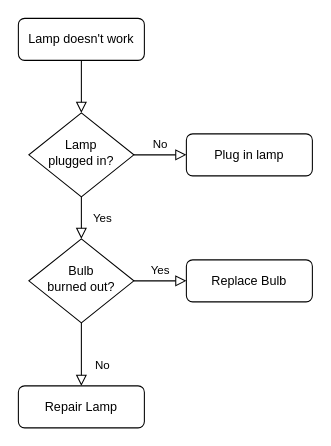
Earlier version of the draw.io diagram 未命名绘图.drawio (siyuankang/-). Source tidied: cells renumbered, new cells numbered last; positions are measured from the earlier drawing's top-left corner, leaving out a move shared by most shapes. Both pictures are drawn from the tidied source at 105%, with x=0, y=0 at pixel (18, 18).
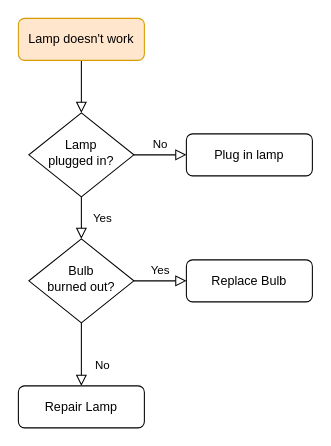
The same page after the edit.

Commit message:
更新未命名绘图.drawio

Diff of the diagram source:
```diff
@@
 <mxGraphModel>
   <root>
     <mxCell id="0" />
     <mxCell id="1" parent="0" />
     <mxCell id="2" style="rounded=0;html=1;jettySize=auto;fontSize=11;endArrow=block;endFill=0;endSize=8;strokeWidth=1;shadow=0;labelBackgroundColor=none;edgeStyle=orthogonalEdgeStyle;" parent="1" edge="1" source="3" target="6">
       <mxGeometry relative="1" as="geometry" />
     </mxCell>
-    <mxCell id="3" value="Lamp doesn't work" style="rounded=1;whiteSpace=wrap;html=1;fontSize=12;glass=0;strokeWidth=1;shadow=0;" parent="1" vertex="1">
+    <mxCell id="3" value="Lamp doesn't work" style="rounded=1;whiteSpace=wrap;html=1;fontSize=12;glass=0;strokeWidth=1;shadow=0;fillColor=#ffe6cc;strokeColor=#d79b00;" parent="1" vertex="1">
       <mxGeometry width="120" height="40" as="geometry" />
     </mxCell>
     <mxCell id="4" value="Yes" style="rounded=0;html=1;jettySize=auto;fontSize=11;endArrow=block;endFill=0;endSize=8;strokeWidth=1;shadow=0;labelBackgroundColor=none;edgeStyle=orthogonalEdgeStyle;" parent="1" edge="1" source="6" target="10">
       <mxGeometry y="20" relative="1" as="geometry" />
     </mxCell>
     <mxCell id="5" value="No" style="edgeStyle=orthogonalEdgeStyle;rounded=0;html=1;jettySize=auto;fontSize=11;endArrow=block;endFill=0;endSize=8;strokeWidth=1;shadow=0;labelBackgroundColor=none;" parent="1" edge="1" source="6" target="7">
       <mxGeometry y="10" relative="1" as="geometry" />
     </mxCell>
     <mxCell id="6" value="Lamp&lt;br&gt;plugged in?" style="rhombus;whiteSpace=wrap;html=1;shadow=0;fontFamily=Helvetica;fontSize=12;align=center;strokeWidth=1;spacing=6;spacingTop=-4;" parent="1" vertex="1">
       <mxGeometry x="10" y="90" width="100" height="80" as="geometry" />
     </mxCell>
     <mxCell id="7" value="Plug in lamp" style="rounded=1;whiteSpace=wrap;html=1;fontSize=12;glass=0;strokeWidth=1;shadow=0;" parent="1" vertex="1">
       <mxGeometry x="160" y="110" width="120" height="40" as="geometry" />
     </mxCell>
     <mxCell id="8" value="No" style="rounded=0;html=1;jettySize=auto;fontSize=11;endArrow=block;endFill=0;endSize=8;strokeWidth=1;shadow=0;labelBackgroundColor=none;edgeStyle=orthogonalEdgeStyle;" parent="1" edge="1" source="10" target="11">
       <mxGeometry x="0.33" y="20" relative="1" as="geometry" />
     </mxCell>
     <mxCell id="9" value="Yes" style="edgeStyle=orthogonalEdgeStyle;rounded=0;html=1;jettySize=auto;fontSize=11;endArrow=block;endFill=0;endSize=8;strokeWidth=1;shadow=0;labelBackgroundColor=none;" parent="1" edge="1" source="10" target="12">
       <mxGeometry y="10" relative="1" as="geometry" />
     </mxCell>
     <mxCell id="10" value="Bulb&lt;br&gt;burned out?" style="rhombus;whiteSpace=wrap;html=1;shadow=0;fontFamily=Helvetica;fontSize=12;align=center;strokeWidth=1;spacing=6;spacingTop=-4;" parent="1" vertex="1">
       <mxGeometry x="10" y="210" width="100" height="80" as="geometry" />
     </mxCell>
     <mxCell id="11" value="Repair Lamp" style="rounded=1;whiteSpace=wrap;html=1;fontSize=12;glass=0;strokeWidth=1;shadow=0;" parent="1" vertex="1">
       <mxGeometry y="350" width="120" height="40" as="geometry" />
     </mxCell>
     <mxCell id="12" value="Replace Bulb" style="rounded=1;whiteSpace=wrap;html=1;fontSize=12;glass=0;strokeWidth=1;shadow=0;" parent="1" vertex="1">
       <mxGeometry x="160" y="230" width="120" height="40" as="geometry" />
     </mxCell>
   </root>
 </mxGraphModel>
```
